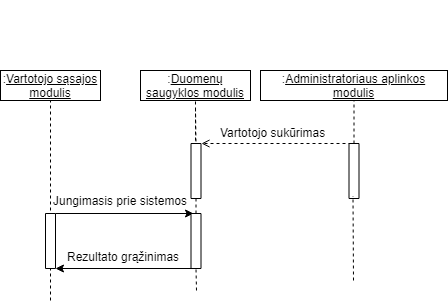
The draw.io diagram Diagramos/Prisijungimas vart ir admin.png in MantasSebeika/Bakalauras, before a commit. Source tidied: cells renumbered, new cells last; positions are measured from the earlier drawing's top-left corner, leaving out a move shared by most shapes.
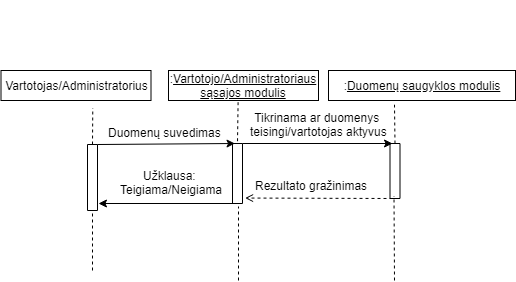
After the commit.

The edit, as a diff of the source:
```diff
@@ -2,84 +2,80 @@
   <root>
     <mxCell id="0" />
     <mxCell id="1" parent="0" />
-    <mxCell id="2" value=":&lt;u&gt;Duomenų saugyklos modulis&lt;/u&gt;" style="rounded=0;whiteSpace=wrap;html=1;fillColor=none;" parent="1" vertex="1">
-      <mxGeometry x="140" y="70" width="110" height="30" as="geometry" />
+    <mxCell id="2" value=":&lt;u&gt;Vartotojo/Administratoriaus sąsajos modulis&lt;/u&gt;" style="rounded=0;whiteSpace=wrap;html=1;fillColor=none;" parent="1" vertex="1">
+      <mxGeometry x="100" y="70" width="150" height="30" as="geometry" />
     </mxCell>
     <mxCell id="3" style="group;" parent="1" vertex="1">
       <mxGeometry x="260" width="187" height="100" as="geometry" />
     </mxCell>
-    <mxCell id="4" value=":&lt;u&gt;Administratoriaus aplinkos modulis&lt;/u&gt;" style="rounded=0;whiteSpace=wrap;html=1;fillColor=none;" parent="3" vertex="1">
+    <mxCell id="4" value=":&lt;u&gt;Duomenų saugyklos modulis&lt;/u&gt;" style="rounded=0;whiteSpace=wrap;html=1;fillColor=none;" parent="3" vertex="1">
       <mxGeometry y="70" width="187" height="30" as="geometry" />
     </mxCell>
-    <mxCell id="5" style="group;" parent="1" vertex="1">
-      <mxGeometry x="10" width="90" height="100" as="geometry" />
-    </mxCell>
-    <mxCell id="6" value=":&lt;u&gt;Vartotojo sąsajos modulis&lt;/u&gt;" style="rounded=0;whiteSpace=wrap;html=1;fillColor=none;" parent="5" vertex="1">
-      <mxGeometry x="-10" y="70" width="100" height="30" as="geometry" />
-    </mxCell>
-    <mxCell id="7" style="endArrow=none;dashed=1;html=1;entryX=0.5;entryY=1;entryDx=0;entryDy=0;exitX=1;exitY=0.5;exitDx=0;exitDy=0;" parent="1" edge="1" target="2">
-      <mxGeometry relative="1" as="geometry">
-        <mxPoint x="195" y="140" as="sourcePoint" />
-      </mxGeometry>
-    </mxCell>
-    <mxCell id="8" style="endArrow=none;dashed=1;html=1;entryX=0.5;entryY=1;entryDx=0;entryDy=0;" parent="1" edge="1" target="6">
-      <mxGeometry relative="1" as="geometry">
-        <mxPoint x="50" y="300" as="sourcePoint" />
-      </mxGeometry>
-    </mxCell>
-    <mxCell id="9" value="Rezultato grąžinimas" style="text;html=1;align=center;verticalAlign=middle;" parent="1" vertex="1">
-      <mxGeometry x="58" y="245.5" width="130" height="20" as="geometry" />
+    <mxCell id="9" value="Užklausa: &lt;br&gt;Teigiama/Neigiama" style="text;html=1;align=center;verticalAlign=middle;" parent="1" vertex="1">
+      <mxGeometry x="43" y="167" width="120" height="30" as="geometry" />
     </mxCell>
     <mxCell id="10" style="rounded=0;whiteSpace=wrap;html=1;fillColor=#ffffff;rotation=-90;" parent="1" vertex="1">
-      <mxGeometry x="168" y="165.5" width="55" height="10" as="geometry" />
+      <mxGeometry x="139" y="168" width="60" height="10" as="geometry" />
     </mxCell>
     <mxCell id="11" style="rounded=0;whiteSpace=wrap;html=1;fillColor=#ffffff;rotation=-90;" parent="1" vertex="1">
-      <mxGeometry x="326" y="165.5" width="55" height="10" as="geometry" />
+      <mxGeometry x="299" y="165.5" width="55" height="10" as="geometry" />
     </mxCell>
-    <mxCell id="12" style="endArrow=none;dashed=1;html=1;exitX=0;exitY=0.5;exitDx=0;exitDy=0;entryX=1;entryY=0.5;entryDx=0;entryDy=0;" parent="1" edge="1" target="10">
-      <mxGeometry relative="1" as="geometry">
-        <mxPoint x="195" y="108" as="sourcePoint" />
-      </mxGeometry>
-    </mxCell>
-    <mxCell id="13" style="endArrow=classic;html=1;exitX=0;exitY=0.25;exitDx=0;exitDy=0;entryX=0;entryY=1;entryDx=0;entryDy=0;" parent="1" edge="1" source="15" target="19">
-      <mxGeometry relative="1" as="geometry" />
+    <mxCell id="13" style="endArrow=classic;html=1;exitX=0;exitY=0.25;exitDx=0;exitDy=0;" parent="1" edge="1" source="10">
+      <mxGeometry relative="1" as="geometry">
+        <mxPoint x="30" y="203" as="targetPoint" />
+      </mxGeometry>
     </mxCell>
-    <mxCell id="14" style="endArrow=classic;html=1;entryX=1;entryY=0.25;entryDx=0;entryDy=0;exitX=1;exitY=1;exitDx=0;exitDy=0;" parent="1" edge="1" source="19" target="15">
+    <mxCell id="14" style="endArrow=classic;html=1;entryX=1;entryY=0.25;entryDx=0;entryDy=0;exitX=1;exitY=1;exitDx=0;exitDy=0;" parent="1" edge="1" source="19" target="10">
       <mxGeometry relative="1" as="geometry" />
     </mxCell>
-    <mxCell id="15" style="rounded=0;whiteSpace=wrap;html=1;fillColor=#ffffff;rotation=-90;" parent="1" vertex="1">
-      <mxGeometry x="168" y="235.5" width="55" height="10" as="geometry" />
-    </mxCell>
-    <mxCell id="16" style="endArrow=none;dashed=1;html=1;entryX=1;entryY=0.5;entryDx=0;entryDy=0;exitX=0;exitY=0.5;exitDx=0;exitDy=0;" parent="1" edge="1" source="10" target="15">
-      <mxGeometry relative="1" as="geometry" />
-    </mxCell>
-    <mxCell id="17" style="endArrow=none;dashed=1;html=1;entryX=0;entryY=0.5;entryDx=0;entryDy=0;" parent="1" edge="1" target="15">
-      <mxGeometry relative="1" as="geometry">
-        <mxPoint x="196" y="290" as="sourcePoint" />
-      </mxGeometry>
+    <mxCell id="17" style="endArrow=open;dashed=1;html=1;exitX=0;exitY=0.25;exitDx=0;exitDy=0;entryX=0.091;entryY=1.256;entryDx=0;entryDy=0;entryPerimeter=0;startArrow=none;startFill=0;endFill=0;" parent="1" edge="1" source="11" target="10">
+      <mxGeometry relative="1" as="geometry" />
     </mxCell>
     <mxCell id="18" style="endArrow=none;dashed=1;html=1;" parent="1" edge="1">
       <mxGeometry relative="1" as="geometry">
-        <mxPoint x="353" y="280" as="sourcePoint" />
-        <mxPoint x="352.5" y="195.5" as="targetPoint" />
+        <mxPoint x="326" y="280" as="sourcePoint" />
+        <mxPoint x="325.5" y="195.5" as="targetPoint" />
       </mxGeometry>
     </mxCell>
     <mxCell id="19" style="rounded=0;whiteSpace=wrap;html=1;fillColor=#ffffff;rotation=-90;" parent="1" vertex="1">
-      <mxGeometry x="22.5" y="235.5" width="55" height="10" as="geometry" />
+      <mxGeometry x="-9" y="172" width="66" height="10" as="geometry" />
     </mxCell>
-    <mxCell id="20" style="endArrow=none;dashed=1;html=1;entryX=0.5;entryY=1;entryDx=0;entryDy=0;exitX=1;exitY=0.5;exitDx=0;exitDy=0;" parent="1" edge="1" source="11" target="4">
-      <mxGeometry relative="1" as="geometry" />
-    </mxCell>
-    <mxCell id="21" style="endArrow=open;html=1;exitX=1;exitY=0.25;exitDx=0;exitDy=0;endFill=0;dashed=1;" parent="1" edge="1" source="11">
+    <mxCell id="21" style="endArrow=none;html=1;exitX=1;exitY=0.25;exitDx=0;exitDy=0;endFill=0;startArrow=classic;startFill=1;" parent="1" edge="1" source="11">
       <mxGeometry relative="1" as="geometry">
-        <mxPoint x="201" y="143" as="targetPoint" />
+        <mxPoint x="174" y="143" as="targetPoint" />
       </mxGeometry>
     </mxCell>
-    <mxCell id="22" value="Vartotojo sukūrimas" style="text;html=1;align=left;verticalAlign=top;spacingTop=-4;" parent="1" vertex="1">
-      <mxGeometry x="218" y="123" width="120" height="20" as="geometry" />
+    <mxCell id="22" value="Tikrinama ar duomenys &lt;br&gt;teisingi/vartotojas aktyvus" style="text;html=1;align=center;verticalAlign=top;spacingTop=-4;" parent="1" vertex="1">
+      <mxGeometry x="175" y="107.5" width="150" height="30" as="geometry" />
     </mxCell>
-    <mxCell id="23" value="Jungimasis prie sistemos" style="text;html=1;align=center;verticalAlign=middle;" parent="1" vertex="1">
-      <mxGeometry x="45" y="190" width="150" height="20" as="geometry" />
-    </mxCell>
+    <mxCell id="24" value="Vartotojas/Administratorius" style="rounded=0;whiteSpace=wrap;html=1;fillColor=none;" parent="1" vertex="1">
+      <mxGeometry x="-67.5" y="70" width="150" height="30" as="geometry" />
+    </mxCell>
+    <mxCell id="25" value="Duomenų suvedimas" style="text;html=1;align=left;verticalAlign=top;spacingTop=-4;" parent="1" vertex="1">
+      <mxGeometry x="38" y="122.5" width="130" height="20" as="geometry" />
+    </mxCell>
+    <mxCell id="26" value="Rezultato gražinimas" style="text;html=1;align=left;verticalAlign=top;spacingTop=-4;" parent="1" vertex="1">
+      <mxGeometry x="185" y="175.5" width="130" height="20" as="geometry" />
+    </mxCell>
+    <mxCell id="27" style="endArrow=none;dashed=1;html=1;" parent="1" edge="1">
+      <mxGeometry relative="1" as="geometry">
+        <mxPoint x="170" y="280" as="sourcePoint" />
+        <mxPoint x="170" y="206" as="targetPoint" />
+      </mxGeometry>
+    </mxCell>
+    <mxCell id="28" style="endArrow=none;dashed=1;html=1;entryX=0;entryY=0.5;entryDx=0;entryDy=0;" parent="1" edge="1" target="19">
+      <mxGeometry relative="1" as="geometry">
+        <mxPoint x="24" y="270" as="sourcePoint" />
+      </mxGeometry>
+    </mxCell>
+    <mxCell id="29" style="endArrow=none;dashed=1;html=1;entryX=0.612;entryY=1.252;entryDx=0;entryDy=0;exitX=1;exitY=0.5;exitDx=0;exitDy=0;entryPerimeter=0;" parent="1" edge="1" source="19" target="24">
+      <mxGeometry relative="1" as="geometry" />
+    </mxCell>
+    <mxCell id="30" style="endArrow=none;dashed=1;html=1;entryX=1;entryY=0.5;entryDx=0;entryDy=0;exitX=0.464;exitY=1.057;exitDx=0;exitDy=0;exitPerimeter=0;" parent="1" edge="1" source="2" target="10">
+      <mxGeometry relative="1" as="geometry" />
+    </mxCell>
+    <mxCell id="20" style="endArrow=none;dashed=1;html=1;entryX=0.353;entryY=1.141;entryDx=0;entryDy=0;exitX=1;exitY=0.5;exitDx=0;exitDy=0;entryPerimeter=0;" parent="1" edge="1" source="11" target="4">
+      <mxGeometry relative="1" as="geometry" />
+    </mxCell>
   </root>
 </mxGraphModel>
```
